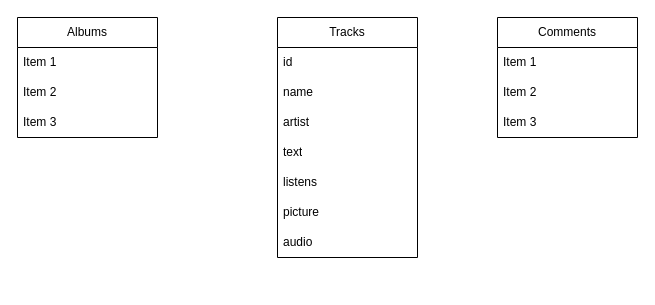
Earlier version of the draw.io diagram Диаграмма без названия.drawio (moskvichev/Nest-Project-music-app). Source tidied: cells renumbered, new cells numbered last; positions are measured from the earlier drawing's top-left corner, leaving out a move shared by most shapes. Both pictures are drawn from the tidied source at 100%, with x=0, y=0 at pixel (17, 17).
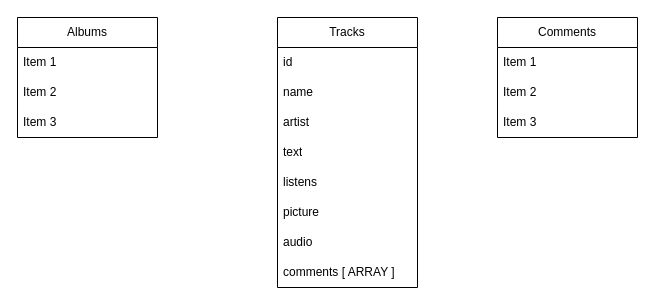
The same diagram, later.

The edit, as a diff of the source:
```diff
@@
 <mxGraphModel>
   <root>
     <mxCell id="0" />
     <mxCell id="1" parent="0" />
     <mxCell id="2" value="Tracks" style="swimlane;fontStyle=0;horizontal=1;startSize=30;whiteSpace=wrap;html=1;" parent="1" vertex="1">
-      <mxGeometry x="260" width="140" height="240" as="geometry" />
+      <mxGeometry x="260" width="140" height="270" as="geometry" />
     </mxCell>
     <mxCell id="3" value="id" style="text;strokeColor=none;fillColor=none;align=left;verticalAlign=middle;spacingLeft=4;spacingRight=4;overflow=hidden;whiteSpace=wrap;html=1;" parent="2" vertex="1">
       <mxGeometry y="30" width="140" height="30" as="geometry" />
     </mxCell>
     <mxCell id="4" value="name" style="text;strokeColor=none;fillColor=none;align=left;verticalAlign=middle;spacingLeft=4;spacingRight=4;overflow=hidden;whiteSpace=wrap;html=1;" parent="2" vertex="1">
       <mxGeometry y="60" width="140" height="30" as="geometry" />
     </mxCell>
     <mxCell id="5" value="artist" style="text;strokeColor=none;fillColor=none;align=left;verticalAlign=middle;spacingLeft=4;spacingRight=4;overflow=hidden;whiteSpace=wrap;html=1;" parent="2" vertex="1">
       <mxGeometry y="90" width="140" height="30" as="geometry" />
     </mxCell>
     <mxCell id="6" value="text" style="text;strokeColor=none;fillColor=none;align=left;verticalAlign=middle;spacingLeft=4;spacingRight=4;overflow=hidden;whiteSpace=wrap;html=1;" parent="2" vertex="1">
       <mxGeometry y="120" width="140" height="30" as="geometry" />
     </mxCell>
     <mxCell id="7" value="listens" style="text;strokeColor=none;fillColor=none;align=left;verticalAlign=middle;spacingLeft=4;spacingRight=4;overflow=hidden;whiteSpace=wrap;html=1;" parent="2" vertex="1">
       <mxGeometry y="150" width="140" height="30" as="geometry" />
     </mxCell>
     <mxCell id="8" value="picture" style="text;strokeColor=none;fillColor=none;align=left;verticalAlign=middle;spacingLeft=4;spacingRight=4;overflow=hidden;whiteSpace=wrap;html=1;" parent="2" vertex="1">
       <mxGeometry y="180" width="140" height="30" as="geometry" />
     </mxCell>
     <mxCell id="9" value="audio" style="text;strokeColor=none;fillColor=none;align=left;verticalAlign=middle;spacingLeft=4;spacingRight=4;overflow=hidden;whiteSpace=wrap;html=1;" parent="2" vertex="1">
       <mxGeometry y="210" width="140" height="30" as="geometry" />
     </mxCell>
+    <mxCell id="18" value="comments [ ARRAY ]" style="text;strokeColor=none;fillColor=none;align=left;verticalAlign=middle;spacingLeft=4;spacingRight=4;overflow=hidden;whiteSpace=wrap;html=1;" parent="2" vertex="1">
+      <mxGeometry y="240" width="140" height="30" as="geometry" />
+    </mxCell>
     <mxCell id="10" value="Albums" style="swimlane;fontStyle=0;horizontal=1;startSize=30;whiteSpace=wrap;html=1;" parent="1" vertex="1">
       <mxGeometry width="140" height="120" as="geometry" />
     </mxCell>
     <mxCell id="11" value="Item 1" style="text;strokeColor=none;fillColor=none;align=left;verticalAlign=middle;spacingLeft=4;spacingRight=4;overflow=hidden;whiteSpace=wrap;html=1;" parent="10" vertex="1">
       <mxGeometry y="30" width="140" height="30" as="geometry" />
     </mxCell>
     <mxCell id="12" value="Item 2" style="text;strokeColor=none;fillColor=none;align=left;verticalAlign=middle;spacingLeft=4;spacingRight=4;overflow=hidden;whiteSpace=wrap;html=1;" parent="10" vertex="1">
       <mxGeometry y="60" width="140" height="30" as="geometry" />
     </mxCell>
     <mxCell id="13" value="Item 3" style="text;strokeColor=none;fillColor=none;align=left;verticalAlign=middle;spacingLeft=4;spacingRight=4;overflow=hidden;whiteSpace=wrap;html=1;" parent="10" vertex="1">
       <mxGeometry y="90" width="140" height="30" as="geometry" />
     </mxCell>
     <mxCell id="14" value="Comments" style="swimlane;fontStyle=0;horizontal=1;startSize=30;whiteSpace=wrap;html=1;" parent="1" vertex="1">
       <mxGeometry x="480" width="140" height="120" as="geometry" />
     </mxCell>
     <mxCell id="15" value="Item 1" style="text;strokeColor=none;fillColor=none;align=left;verticalAlign=middle;spacingLeft=4;spacingRight=4;overflow=hidden;whiteSpace=wrap;html=1;" parent="14" vertex="1">
       <mxGeometry y="30" width="140" height="30" as="geometry" />
     </mxCell>
     <mxCell id="16" value="Item 2" style="text;strokeColor=none;fillColor=none;align=left;verticalAlign=middle;spacingLeft=4;spacingRight=4;overflow=hidden;whiteSpace=wrap;html=1;" parent="14" vertex="1">
       <mxGeometry y="60" width="140" height="30" as="geometry" />
     </mxCell>
     <mxCell id="17" value="Item 3" style="text;strokeColor=none;fillColor=none;align=left;verticalAlign=middle;spacingLeft=4;spacingRight=4;overflow=hidden;whiteSpace=wrap;html=1;" parent="14" vertex="1">
       <mxGeometry y="90" width="140" height="30" as="geometry" />
     </mxCell>
   </root>
 </mxGraphModel>
```
